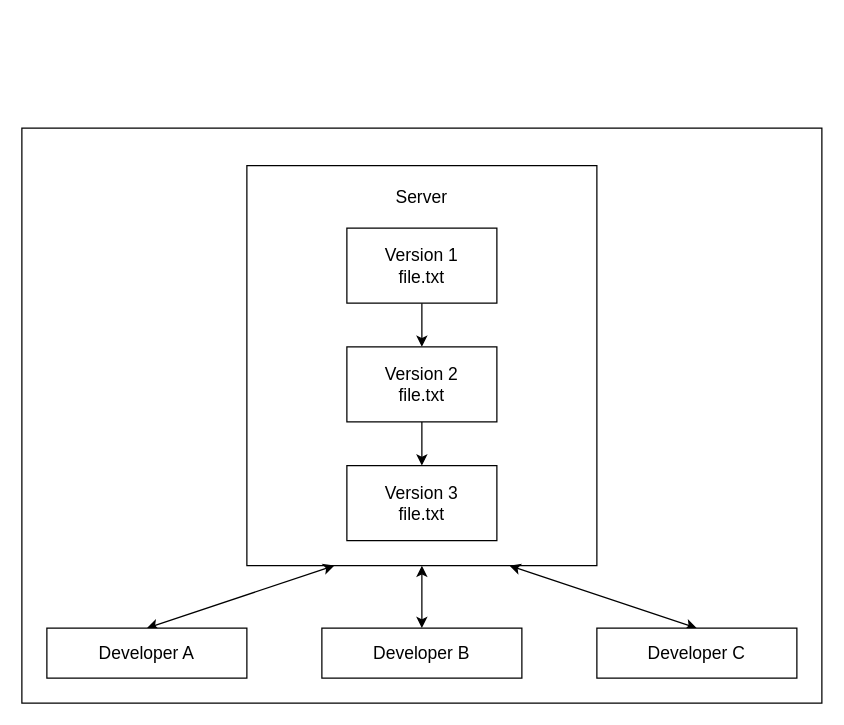
This is diagrams/centralized-vcs.drawio from thomas-rasmussen/git-tutorial, a draw.io file, before an edit. Source tidied: cells renumbered, new cells numbered last; positions are measured from the earlier drawing's top-left corner, leaving out a move shared by most shapes. Both pictures are drawn from the tidied source at 125%, with x=0, y=0 at pixel (21, 128).
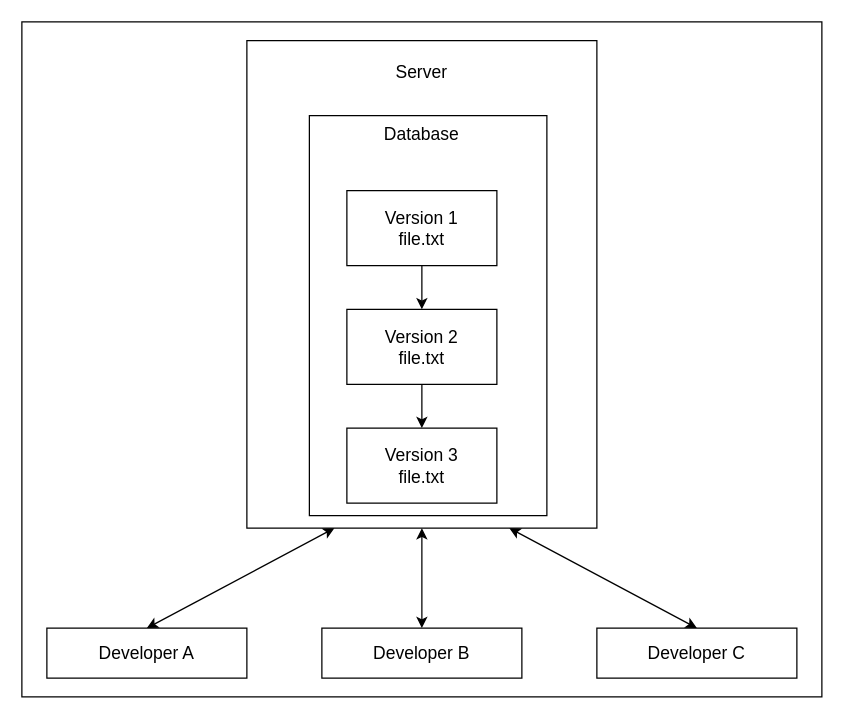
The same diagram, later.

Diff of the diagram source:
```diff
@@
 <mxGraphModel>
   <root>
     <mxCell id="0" />
     <mxCell id="1" parent="0" />
     <mxCell id="2" style="rounded=0;whiteSpace=wrap;html=1;" parent="1" vertex="1">
-      <mxGeometry width="640" height="460" as="geometry" />
+      <mxGeometry y="-85" width="640" height="540" as="geometry" />
     </mxCell>
     <mxCell id="3" style="rounded=0;whiteSpace=wrap;html=1;" parent="1" vertex="1">
-      <mxGeometry x="180" y="30" width="280" height="320" as="geometry" />
+      <mxGeometry x="180" y="-70" width="280" height="390" as="geometry" />
     </mxCell>
     <mxCell id="4" value="Server" style="rounded=0;whiteSpace=wrap;html=1;strokeColor=none;fontSize=14;" parent="1" vertex="1">
-      <mxGeometry x="240" y="40" width="160" height="30" as="geometry" />
+      <mxGeometry x="240" y="-60" width="160" height="30" as="geometry" />
     </mxCell>
     <mxCell id="5" style="edgeStyle=orthogonalEdgeStyle;rounded=0;jettySize=auto;html=1;" parent="1" edge="1" source="6" target="9">
       <mxGeometry relative="1" as="geometry" />
     </mxCell>
     <mxCell id="6" value="Version 1&lt;div&gt;file.txt&lt;/div&gt;" style="rounded=0;whiteSpace=wrap;html=1;fontSize=14;" parent="1" vertex="1">
-      <mxGeometry x="260" y="80" width="120" height="60" as="geometry" />
+      <mxGeometry x="260" y="50" width="120" height="60" as="geometry" />
     </mxCell>
     <mxCell id="7" value="Version 3&lt;div&gt;file.txt&lt;/div&gt;" style="rounded=0;whiteSpace=wrap;html=1;fontSize=14;" parent="1" vertex="1">
-      <mxGeometry x="260" y="270" width="120" height="60" as="geometry" />
+      <mxGeometry x="260" y="240" width="120" height="60" as="geometry" />
     </mxCell>
     <mxCell id="8" style="edgeStyle=orthogonalEdgeStyle;rounded=0;jettySize=auto;html=1;" parent="1" edge="1" source="9" target="7">
       <mxGeometry relative="1" as="geometry" />
     </mxCell>
     <mxCell id="9" value="Version 2&lt;div&gt;file.txt&lt;/div&gt;" style="rounded=0;whiteSpace=wrap;html=1;fontSize=14;" parent="1" vertex="1">
-      <mxGeometry x="260" y="175" width="120" height="60" as="geometry" />
+      <mxGeometry x="260" y="145" width="120" height="60" as="geometry" />
     </mxCell>
     <mxCell id="10" style="rounded=0;jettySize=auto;html=1;entryX=0.25;entryY=1;entryDx=0;entryDy=0;exitX=0.5;exitY=0;exitDx=0;exitDy=0;startArrow=classic;startFill=1;" parent="1" edge="1" source="11" target="3">
       <mxGeometry relative="1" as="geometry" />
     </mxCell>
     <mxCell id="11" value="Developer A" style="rounded=0;whiteSpace=wrap;html=1;fontSize=14;" parent="1" vertex="1">
       <mxGeometry x="20" y="400" width="160" height="40" as="geometry" />
     </mxCell>
     <mxCell id="12" style="edgeStyle=orthogonalEdgeStyle;rounded=0;jettySize=auto;html=1;entryX=0.5;entryY=1;entryDx=0;entryDy=0;startArrow=classic;startFill=1;" parent="1" edge="1" source="13" target="3">
       <mxGeometry relative="1" as="geometry" />
     </mxCell>
     <mxCell id="13" value="Developer B" style="rounded=0;whiteSpace=wrap;html=1;fontSize=14;" parent="1" vertex="1">
       <mxGeometry x="240" y="400" width="160" height="40" as="geometry" />
     </mxCell>
     <mxCell id="14" style="rounded=0;jettySize=auto;html=1;entryX=0.75;entryY=1;entryDx=0;entryDy=0;exitX=0.5;exitY=0;exitDx=0;exitDy=0;strokeColor=default;endArrow=classic;endFill=1;startArrow=classic;startFill=1;" parent="1" edge="1" source="15" target="3">
       <mxGeometry relative="1" as="geometry" />
     </mxCell>
     <mxCell id="15" value="Developer C" style="rounded=0;whiteSpace=wrap;html=1;fontSize=14;" parent="1" vertex="1">
       <mxGeometry x="460" y="400" width="160" height="40" as="geometry" />
     </mxCell>
+    <mxCell id="16" value="Database" style="rounded=0;whiteSpace=wrap;html=1;strokeColor=none;fontSize=14;" parent="1" vertex="1">
+      <mxGeometry x="240" y="-10" width="160" height="30" as="geometry" />
+    </mxCell>
+    <mxCell id="17" style="rounded=0;whiteSpace=wrap;html=1;fillColor=none;" parent="1" vertex="1">
+      <mxGeometry x="230" y="-10" width="190" height="320" as="geometry" />
+    </mxCell>
   </root>
 </mxGraphModel>
```
